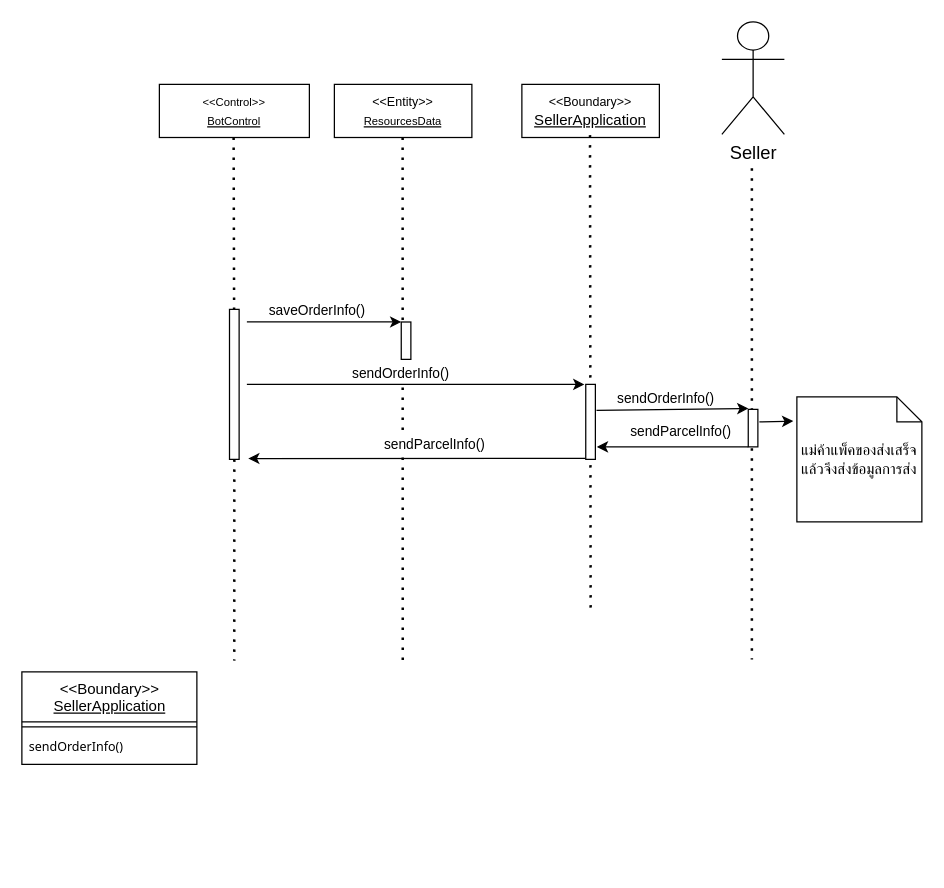
The draw.io diagram page "Page-1" (1 of 2) of Record and Send Order Info.drawio in munkeawtoast/isad-diagrams, before the edit. Source tidied: cells renumbered, new cells numbered last; positions are measured from the earlier drawing's top-left corner, leaving out a move shared by most shapes. Both pictures are drawn from the tidied source at 125%, with x=0, y=0 at pixel (21, 21).
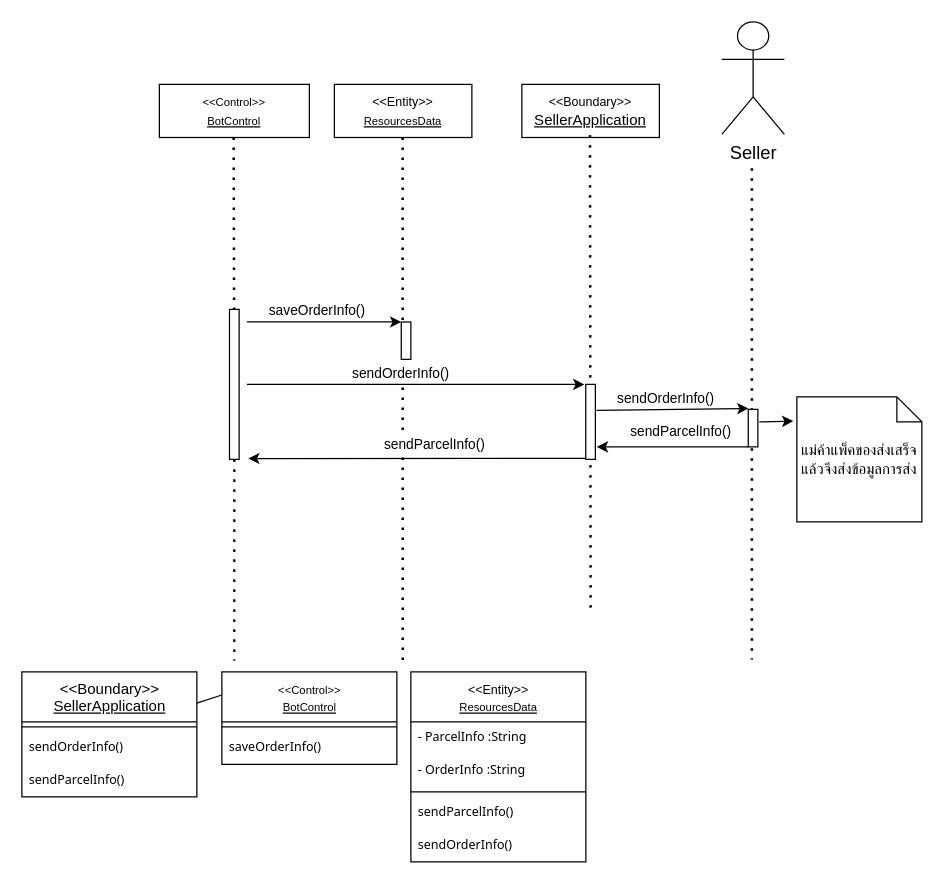
After the change.

Change to the diagram source:
```diff
@@
+    <mxCell id="30" style="edgeStyle=none;html=1;exitX=1;exitY=0.25;exitDx=0;exitDy=0;entryX=0;entryY=0.25;entryDx=0;entryDy=0;endArrow=none;endFill=0;" parent="1" edge="1" source="27" target="32">
+      <mxGeometry relative="1" as="geometry" />
+    </mxCell>
     <mxCell id="27" value="&lt;span style=&quot;font-family: Helvetica; font-size: 12px; font-style: normal; font-variant-ligatures: normal; font-variant-caps: normal; font-weight: 400; letter-spacing: normal; orphans: 2; text-align: center; text-indent: 0px; text-transform: none; widows: 2; word-spacing: 0px; -webkit-text-stroke-width: 0px; text-decoration-thickness: initial; text-decoration-style: initial; text-decoration-color: initial; float: none; display: inline !important;&quot;&gt;&amp;lt;&amp;lt;Boundary&amp;gt;&amp;gt;&lt;/span&gt;&lt;br style=&quot;border-color: rgb(0, 0, 0); font-family: Helvetica; font-size: 12px; font-style: normal; font-variant-ligatures: normal; font-variant-caps: normal; font-weight: 400; letter-spacing: normal; orphans: 2; text-align: center; text-indent: 0px; text-transform: none; widows: 2; word-spacing: 0px; -webkit-text-stroke-width: 0px; text-decoration-thickness: initial; text-decoration-style: initial; text-decoration-color: initial;&quot;&gt;&lt;u style=&quot;border-color: var(--border-color);&quot;&gt;SellerApplication&lt;/u&gt;" style="swimlane;fontStyle=0;align=center;verticalAlign=top;horizontal=1;startSize=40;html=1;" parent="1" vertex="1">
-      <mxGeometry y="520" width="140" height="74" as="geometry" />
+      <mxGeometry y="520" width="140" height="100" as="geometry" />
     </mxCell>
@@
+    <mxCell id="31" value="sendParcelInfo()" style="text;strokeColor=none;fillColor=none;align=left;verticalAlign=top;spacingLeft=4;spacingRight=4;overflow=hidden;strokeWidth=0;fontFamily=Tahoma;fontSize=10;" parent="27" vertex="1">
+      <mxGeometry y="74" width="140" height="26" as="geometry" />
+    </mxCell>
+    <mxCell id="32" value="&lt;span style=&quot;font-size: 9px;&quot;&gt;&amp;lt;&amp;lt;Control&amp;gt;&amp;gt;&lt;/span&gt;&lt;br style=&quot;border-color: var(--border-color); font-size: 9px;&quot;&gt;&lt;u style=&quot;border-color: var(--border-color); font-size: 9px;&quot;&gt;BotControl&lt;/u&gt;" style="swimlane;fontStyle=0;align=center;verticalAlign=top;horizontal=1;startSize=40;html=1;" parent="1" vertex="1">
+      <mxGeometry x="160" y="520" width="140" height="74" as="geometry" />
+    </mxCell>
+    <mxCell id="33" style="line;strokeWidth=1;fillColor=none;align=left;verticalAlign=middle;spacingTop=-1;spacingLeft=3;spacingRight=3;labelPosition=right;" parent="32" vertex="1">
+      <mxGeometry y="40" width="140" height="8" as="geometry" />
+    </mxCell>
+    <mxCell id="34" value="saveOrderInfo()" style="text;strokeColor=none;fillColor=none;align=left;verticalAlign=top;spacingLeft=4;spacingRight=4;overflow=hidden;strokeWidth=0;fontFamily=Tahoma;fontSize=10;" parent="32" vertex="1">
+      <mxGeometry y="48" width="140" height="26" as="geometry" />
+    </mxCell>
+    <mxCell id="35" value="&lt;font style=&quot;border-color: var(--border-color);&quot; size=&quot;1&quot;&gt;&amp;lt;&amp;lt;Entity&amp;gt;&amp;gt;&lt;/font&gt;&lt;br style=&quot;border-color: var(--border-color);&quot;&gt;&lt;span style=&quot;border-color: var(--border-color); text-align: left;&quot;&gt;&lt;font style=&quot;border-color: var(--border-color); font-size: 9px;&quot;&gt;&lt;u style=&quot;border-color: var(--border-color);&quot;&gt;ResourcesData&lt;/u&gt;&lt;/font&gt;&lt;/span&gt;" style="swimlane;fontStyle=0;align=center;verticalAlign=top;horizontal=1;startSize=40;html=1;" parent="1" vertex="1">
+      <mxGeometry x="311.2" y="520" width="140" height="152" as="geometry" />
+    </mxCell>
+    <mxCell id="36" value="- ParcelInfo :String" style="text;strokeColor=none;fillColor=none;align=left;verticalAlign=top;spacingLeft=4;spacingRight=4;overflow=hidden;strokeWidth=0;fontFamily=Tahoma;fontSize=10;" parent="35" vertex="1">
+      <mxGeometry y="40" width="140" height="26" as="geometry" />
+    </mxCell>
+    <mxCell id="37" value="- OrderInfo :String" style="text;strokeColor=none;fillColor=none;align=left;verticalAlign=top;spacingLeft=4;spacingRight=4;overflow=hidden;strokeWidth=0;fontFamily=Tahoma;fontSize=10;" parent="35" vertex="1">
+      <mxGeometry y="66" width="140" height="26" as="geometry" />
+    </mxCell>
+    <mxCell id="38" style="line;strokeWidth=1;fillColor=none;align=left;verticalAlign=middle;spacingTop=-1;spacingLeft=3;spacingRight=3;labelPosition=right;" parent="35" vertex="1">
+      <mxGeometry y="92" width="140" height="8" as="geometry" />
+    </mxCell>
+    <mxCell id="39" value="sendParcelInfo()" style="text;strokeColor=none;fillColor=none;align=left;verticalAlign=top;spacingLeft=4;spacingRight=4;overflow=hidden;strokeWidth=0;fontFamily=Tahoma;fontSize=10;" parent="35" vertex="1">
+      <mxGeometry y="100" width="140" height="26" as="geometry" />
+    </mxCell>
+    <mxCell id="40" value="sendOrderInfo()" style="text;strokeColor=none;fillColor=none;align=left;verticalAlign=top;spacingLeft=4;spacingRight=4;overflow=hidden;strokeWidth=0;fontFamily=Tahoma;fontSize=10;" parent="35" vertex="1">
+      <mxGeometry y="126" width="140" height="26" as="geometry" />
+    </mxCell>
```
